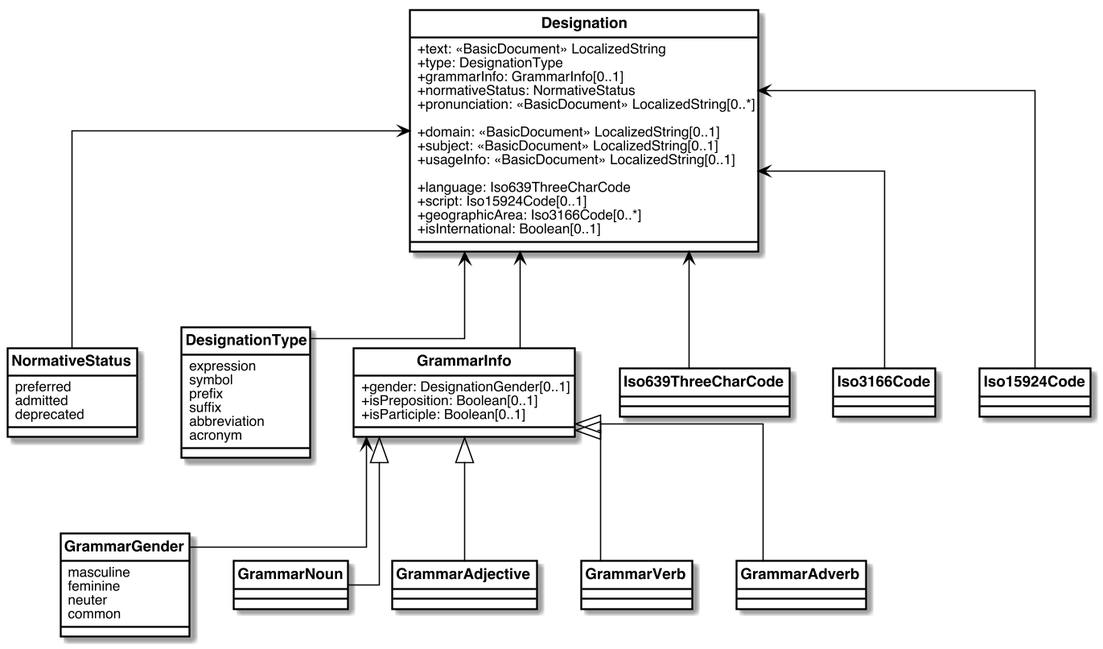
glossarist/concept-model keeps this PlantUML diagram as images/designation.png. Above is the earlier version. Its diagram source:
```plantuml
@startuml


skinparam Dpi 150
skinparam Monochrome false
skinparam LineType ortho
hide circle
skinparam Default {
  TextAlignment center
  FontName Helvetica
}
skinparam Class {
  AttributeIconSize 0
  BackgroundColor White
  ArrowColor Black
  BorderColor Black
  FontStyle bold
  StereotypeFontSize 10
}
skinparam Rectangle {
  BackgroundColor White
  ArrowColor Black
  BorderColor Black
  FontStyle bold
  FontSize 11
  StereotypeFontSize 10
}
skinparam Object {
  BackgroundColor White
  ArrowColor Black
  BorderColor Black
  FontStyle bold
  FontSize 11
  StereotypeFontSize 10
}

skinparam Entity {
  StereotypeFontSize 10
}



class Designation {
  +text: <<BasicDocument>> LocalizedString
  +type: DesignationType
  +grammarInfo: GrammarInfo[0..1]
  +normativeStatus: NormativeStatus
  +pronunciation: <<BasicDocument>> LocalizedString[0..*]

  +domain: <<BasicDocument>> LocalizedString[0..1]
  +subject: <<BasicDocument>> LocalizedString[0..1]
  +usageInfo: <<BasicDocument>> LocalizedString[0..1]

  +language: Iso639ThreeCharCode
  +script: Iso15924Code[0..1]
  +geographicArea: Iso3166Code[0..*]
  +isInternational: Boolean[0..1]
}

enum NormativeStatus {
  preferred
  admitted
  deprecated
}

enum DesignationType {
  expression
  symbol
  prefix
  suffix
  abbreviation
  acronym
}

class GrammarInfo {
  +gender: DesignationGender[0..1]
  +isPreposition: Boolean[0..1]
  +isParticiple: Boolean[0..1]
}

enum GrammarGender {
  masculine
  feminine
  neuter
  common
}

class GrammarNoun {
}

class GrammarAdjective {
}

class GrammarVerb {
}

class GrammarAdverb {
}

enum Iso639ThreeCharCode {
}
enum Iso3166Code {
}
enum Iso15924Code {
}

Designation <-- GrammarInfo
Designation <-- NormativeStatus
Designation <-- DesignationType
Designation <-- Iso639ThreeCharCode
Designation <-- Iso3166Code
Designation <-- Iso15924Code

GrammarInfo <|-- GrammarNoun
GrammarInfo <|-- GrammarAdjective
GrammarInfo <|-- GrammarVerb
GrammarInfo <|-- GrammarAdverb
GrammarInfo <-- GrammarGender

@enduml
```
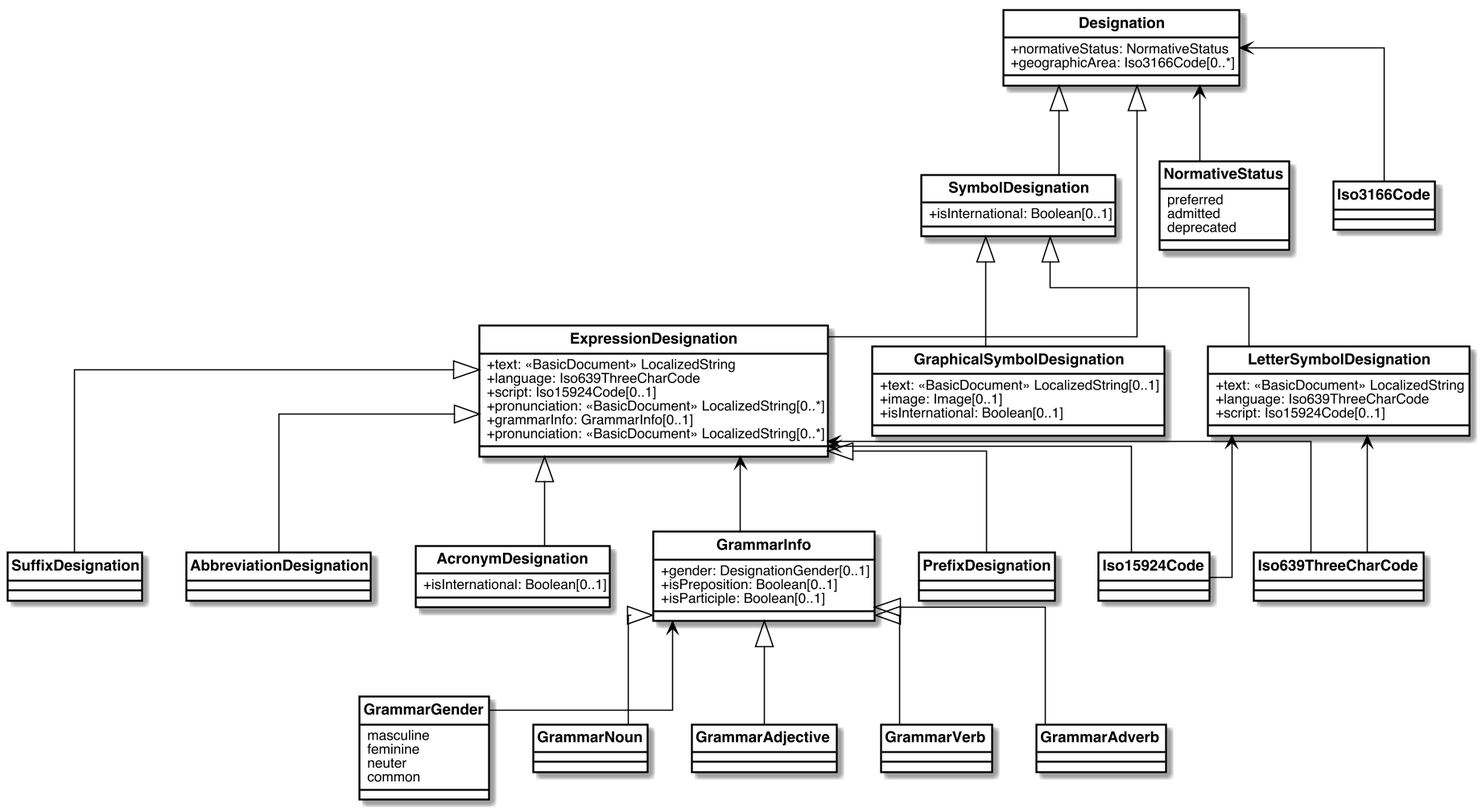
After the change.

The edit, as a diff of the source:
```diff
@@ -41,19 +41,45 @@
 
 
 class Designation {
+  +normativeStatus: NormativeStatus
+  +geographicArea: Iso3166Code[0..*]
+}
+
+class ExpressionDesignation {
   +text: <<BasicDocument>> LocalizedString
-  +type: DesignationType
-  +grammarInfo: GrammarInfo[0..1]
-  +normativeStatus: NormativeStatus
-  +pronunciation: <<BasicDocument>> LocalizedString[0..*]
-
-  +domain: <<BasicDocument>> LocalizedString[0..1]
-  +subject: <<BasicDocument>> LocalizedString[0..1]
-  +usageInfo: <<BasicDocument>> LocalizedString[0..1]
-
   +language: Iso639ThreeCharCode
   +script: Iso15924Code[0..1]
-  +geographicArea: Iso3166Code[0..*]
+  +pronunciation: <<BasicDocument>> LocalizedString[0..*]
+  +grammarInfo: GrammarInfo[0..1]
+  +pronunciation: <<BasicDocument>> LocalizedString[0..*]
+}
+
+class SymbolDesignation {
+  +isInternational: Boolean[0..1]
+}
+
+class PrefixDesignation {
+}
+
+class SuffixDesignation {
+}
+
+class AbbreviationDesignation {
+}
+
+class AcronymDesignation {
+  +isInternational: Boolean[0..1]
+}
+
+class LetterSymbolDesignation {
+  +text: <<BasicDocument>> LocalizedString
+  +language: Iso639ThreeCharCode
+  +script: Iso15924Code[0..1]
+}
+
+class GraphicalSymbolDesignation {
+  +text: <<BasicDocument>> LocalizedString[0..1]
+  +image: Image[0..1]
   +isInternational: Boolean[0..1]
 }
 
@@ -61,15 +87,6 @@
   preferred
   admitted
   deprecated
-}
-
-enum DesignationType {
-  expression
-  symbol
-  prefix
-  suffix
-  abbreviation
-  acronym
 }
 
 class GrammarInfo {
@@ -104,12 +121,23 @@
 enum Iso15924Code {
 }
 
-Designation <-- GrammarInfo
+Designation <|-- ExpressionDesignation
+Designation <|-- SymbolDesignation
 Designation <-- NormativeStatus
-Designation <-- DesignationType
-Designation <-- Iso639ThreeCharCode
 Designation <-- Iso3166Code
-Designation <-- Iso15924Code
+
+ExpressionDesignation <|-- PrefixDesignation
+ExpressionDesignation <|-- SuffixDesignation
+ExpressionDesignation <|-- AbbreviationDesignation
+ExpressionDesignation <|-- AcronymDesignation
+ExpressionDesignation <-- Iso639ThreeCharCode
+ExpressionDesignation <-- Iso15924Code
+ExpressionDesignation <-- GrammarInfo
+
+SymbolDesignation <|-- LetterSymbolDesignation
+SymbolDesignation <|-- GraphicalSymbolDesignation
+LetterSymbolDesignation <-- Iso15924Code
+LetterSymbolDesignation <-- Iso639ThreeCharCode
 
 GrammarInfo <|-- GrammarNoun
 GrammarInfo <|-- GrammarAdjective
```
